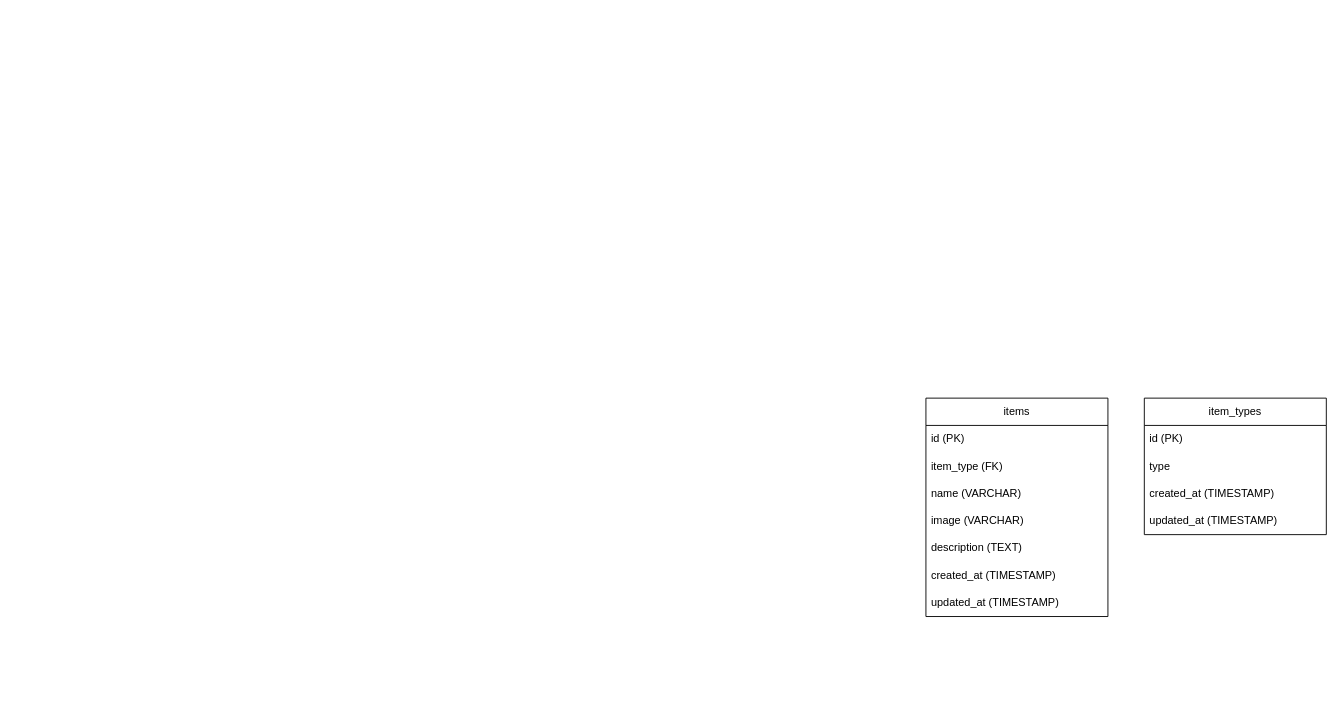
Before: page "Warehouse Store" (6 of 6) of Database Design.drawio in masterofpi11436/rrjweb, a draw.io diagram. Source tidied: cells renumbered, new cells numbered last; positions are measured from the earlier drawing's top-left corner, leaving out a move shared by most shapes. Both pictures are drawn from the tidied source at 91%, with x=0, y=0 at pixel (925, 398).
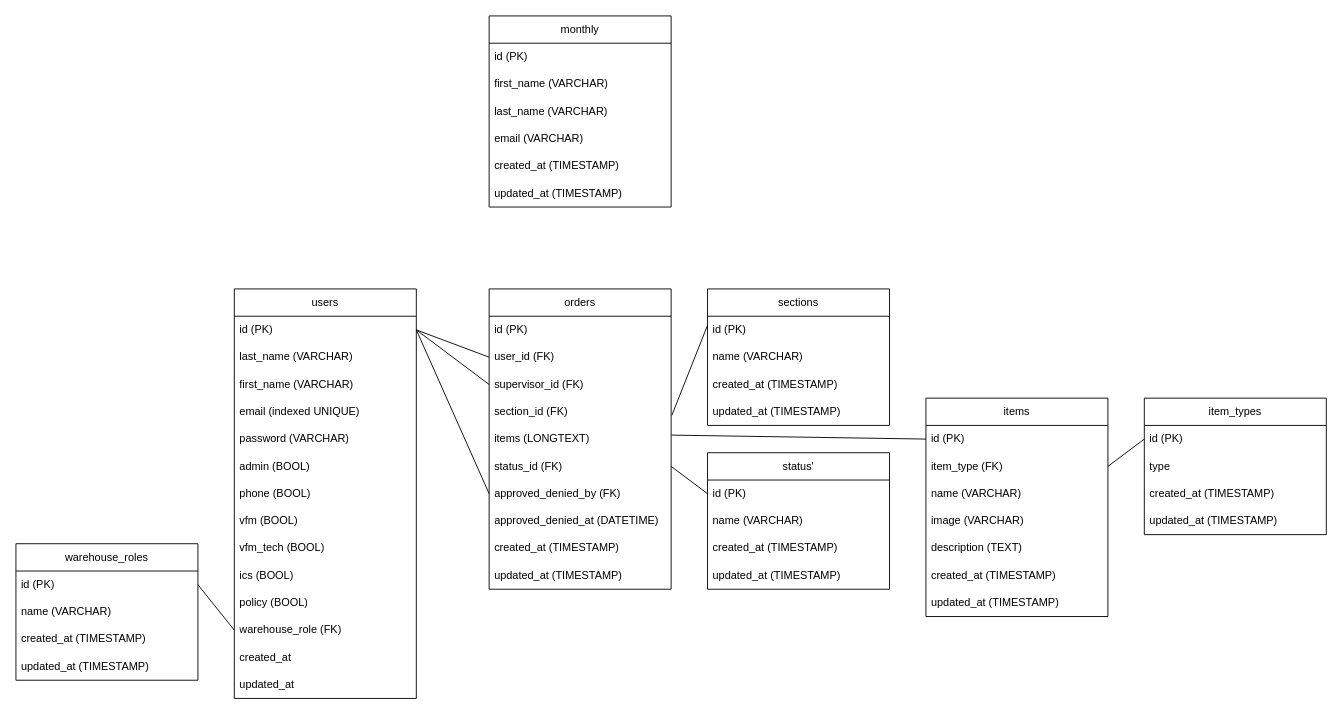
After the change.

Unchanged cells that the change refers to:
```xml
<mxCell id="3" value="id (PK)" style="text;strokeColor=none;fillColor=none;align=left;verticalAlign=middle;spacingLeft=4;spacingRight=4;overflow=hidden;points=[[0,0.5],[1,0.5]];portConstraint=eastwest;whiteSpace=wrap;html=1;" parent="2" vertex="1">
  <mxGeometry y="30" width="200" height="30" as="geometry" />
</mxCell>
<mxCell id="4" value="item_type (FK)" style="text;strokeColor=none;fillColor=none;align=left;verticalAlign=middle;spacingLeft=4;spacingRight=4;overflow=hidden;points=[[0,0.5],[1,0.5]];portConstraint=eastwest;whiteSpace=wrap;fontStyle=0;" parent="2" vertex="1">
  <mxGeometry y="60" width="200" height="30" as="geometry" />
</mxCell>
<mxCell id="11" value="id (PK)" style="text;strokeColor=none;fillColor=none;align=left;verticalAlign=middle;spacingLeft=4;spacingRight=4;overflow=hidden;points=[[0,0.5],[1,0.5]];portConstraint=eastwest;whiteSpace=wrap;html=1;" parent="10" vertex="1">
  <mxGeometry y="30" width="200" height="30" as="geometry" />
</mxCell>
```

Diff of the diagram source:
```diff
@@
+    <mxCell id="15" style="endArrow=none;html=1;rounded=0;exitX=1;exitY=0.5;exitDx=0;exitDy=0;entryX=0;entryY=0.5;entryDx=0;entryDy=0;" parent="1" edge="1" source="4" target="11">
+      <mxGeometry relative="1" as="geometry" />
+    </mxCell>
+    <mxCell id="16" value="monthly" style="swimlane;fontStyle=0;horizontal=1;startSize=30;whiteSpace=wrap;html=1;" parent="1" vertex="1">
+      <mxGeometry x="-480" y="-420" width="200" height="210" as="geometry" />
+    </mxCell>
+    <mxCell id="17" value="id (PK)" style="text;strokeColor=none;fillColor=none;align=left;verticalAlign=middle;spacingLeft=4;spacingRight=4;overflow=hidden;whiteSpace=wrap;html=1;" parent="16" vertex="1">
+      <mxGeometry y="30" width="200" height="30" as="geometry" />
+    </mxCell>
+    <mxCell id="18" value="first_name (VARCHAR)" style="text;strokeColor=none;fillColor=none;align=left;verticalAlign=middle;spacingLeft=4;spacingRight=4;overflow=hidden;whiteSpace=wrap;fontStyle=0;" parent="16" vertex="1">
+      <mxGeometry y="60" width="200" height="30" as="geometry" />
+    </mxCell>
+    <mxCell id="19" value="last_name (VARCHAR)" style="text;strokeColor=none;fillColor=none;align=left;verticalAlign=middle;spacingLeft=4;spacingRight=4;overflow=hidden;whiteSpace=wrap;fontStyle=0;" parent="16" vertex="1">
+      <mxGeometry y="90" width="200" height="30" as="geometry" />
+    </mxCell>
+    <mxCell id="20" value="email (VARCHAR)" style="text;strokeColor=none;fillColor=none;align=left;verticalAlign=middle;spacingLeft=4;spacingRight=4;overflow=hidden;whiteSpace=wrap;fontStyle=0;" parent="16" vertex="1">
+      <mxGeometry y="120" width="200" height="30" as="geometry" />
+    </mxCell>
+    <mxCell id="21" value="created_at (TIMESTAMP)" style="text;strokeColor=none;fillColor=none;align=left;verticalAlign=middle;spacingLeft=4;spacingRight=4;overflow=hidden;whiteSpace=wrap;fontColor=default;" parent="16" vertex="1">
+      <mxGeometry y="150" width="200" height="30" as="geometry" />
+    </mxCell>
+    <mxCell id="22" value="updated_at (TIMESTAMP)" style="text;strokeColor=none;fillColor=none;align=left;verticalAlign=middle;spacingLeft=4;spacingRight=4;overflow=hidden;whiteSpace=wrap;fontColor=default;" parent="16" vertex="1">
+      <mxGeometry y="180" width="200" height="30" as="geometry" />
+    </mxCell>
+    <mxCell id="23" value="warehouse_roles" style="swimlane;fontStyle=0;horizontal=1;startSize=30;whiteSpace=wrap;html=1;" parent="1" vertex="1">
+      <mxGeometry x="-1000" y="160" width="200" height="150" as="geometry" />
+    </mxCell>
+    <mxCell id="24" value="id (PK)" style="text;strokeColor=none;fillColor=none;align=left;verticalAlign=middle;spacingLeft=4;spacingRight=4;overflow=hidden;points=[[0,0.5],[1,0.5]];portConstraint=eastwest;whiteSpace=wrap;html=1;" parent="23" vertex="1">
+      <mxGeometry y="30" width="200" height="30" as="geometry" />
+    </mxCell>
+    <mxCell id="25" value="name (VARCHAR)" style="text;strokeColor=none;fillColor=none;align=left;verticalAlign=middle;spacingLeft=4;spacingRight=4;overflow=hidden;whiteSpace=wrap;fontStyle=0;" parent="23" vertex="1">
+      <mxGeometry y="60" width="200" height="30" as="geometry" />
+    </mxCell>
+    <mxCell id="26" value="created_at (TIMESTAMP)" style="text;strokeColor=none;fillColor=none;align=left;verticalAlign=middle;spacingLeft=4;spacingRight=4;overflow=hidden;whiteSpace=wrap;fontColor=default;" parent="23" vertex="1">
+      <mxGeometry y="90" width="200" height="30" as="geometry" />
+    </mxCell>
+    <mxCell id="27" value="updated_at (TIMESTAMP)" style="text;strokeColor=none;fillColor=none;align=left;verticalAlign=middle;spacingLeft=4;spacingRight=4;overflow=hidden;whiteSpace=wrap;fontColor=default;" parent="23" vertex="1">
+      <mxGeometry y="120" width="200" height="30" as="geometry" />
+    </mxCell>
+    <mxCell id="28" value="users" style="swimlane;fontStyle=0;horizontal=1;startSize=30;whiteSpace=wrap;html=1;" parent="1" vertex="1">
+      <mxGeometry x="-760" y="-120" width="200" height="450" as="geometry" />
+    </mxCell>
+    <mxCell id="29" value="id (PK)" style="text;strokeColor=none;fillColor=none;align=left;verticalAlign=middle;spacingLeft=4;spacingRight=4;overflow=hidden;points=[[0,0.5],[1,0.5]];portConstraint=eastwest;whiteSpace=wrap;html=1;" parent="28" vertex="1">
+      <mxGeometry y="30" width="200" height="30" as="geometry" />
+    </mxCell>
+    <mxCell id="30" value="last_name (VARCHAR)" style="text;strokeColor=none;fillColor=none;align=left;verticalAlign=middle;spacingLeft=4;spacingRight=4;overflow=hidden;whiteSpace=wrap;html=1;" parent="28" vertex="1">
+      <mxGeometry y="60" width="200" height="30" as="geometry" />
+    </mxCell>
+    <mxCell id="31" value="first_name (VARCHAR)" style="text;strokeColor=none;fillColor=none;align=left;verticalAlign=middle;spacingLeft=4;spacingRight=4;overflow=hidden;whiteSpace=wrap;" parent="28" vertex="1">
+      <mxGeometry y="90" width="200" height="30" as="geometry" />
+    </mxCell>
+    <mxCell id="32" value="email (indexed UNIQUE)" style="text;strokeColor=none;fillColor=none;align=left;verticalAlign=middle;spacingLeft=4;spacingRight=4;overflow=hidden;whiteSpace=wrap;html=1;" parent="28" vertex="1">
+      <mxGeometry y="120" width="200" height="30" as="geometry" />
+    </mxCell>
+    <mxCell id="33" value="password (VARCHAR)" style="text;strokeColor=none;fillColor=none;align=left;verticalAlign=middle;spacingLeft=4;spacingRight=4;overflow=hidden;whiteSpace=wrap;html=1;" parent="28" vertex="1">
+      <mxGeometry y="150" width="200" height="30" as="geometry" />
+    </mxCell>
+    <mxCell id="34" value="admin (BOOL)" style="text;strokeColor=none;fillColor=none;align=left;verticalAlign=middle;spacingLeft=4;spacingRight=4;overflow=hidden;whiteSpace=wrap;html=1;" parent="28" vertex="1">
+      <mxGeometry y="180" width="200" height="30" as="geometry" />
+    </mxCell>
+    <mxCell id="35" value="phone (BOOL)" style="text;strokeColor=none;fillColor=none;align=left;verticalAlign=middle;spacingLeft=4;spacingRight=4;overflow=hidden;whiteSpace=wrap;fontColor=default;" parent="28" vertex="1">
+      <mxGeometry y="210" width="200" height="30" as="geometry" />
+    </mxCell>
+    <mxCell id="36" value="vfm (BOOL)" style="text;strokeColor=none;fillColor=none;align=left;verticalAlign=middle;spacingLeft=4;spacingRight=4;overflow=hidden;whiteSpace=wrap;fontColor=default;" parent="28" vertex="1">
+      <mxGeometry y="240" width="200" height="30" as="geometry" />
+    </mxCell>
+    <mxCell id="37" value="vfm_tech (BOOL)" style="text;strokeColor=none;fillColor=none;align=left;verticalAlign=middle;spacingLeft=4;spacingRight=4;overflow=hidden;whiteSpace=wrap;fontColor=default;" parent="28" vertex="1">
+      <mxGeometry y="270" width="200" height="30" as="geometry" />
+    </mxCell>
+    <mxCell id="38" value="ics (BOOL)" style="text;strokeColor=none;fillColor=none;align=left;verticalAlign=middle;spacingLeft=4;spacingRight=4;overflow=hidden;whiteSpace=wrap;fontColor=default;" parent="28" vertex="1">
+      <mxGeometry y="300" width="200" height="30" as="geometry" />
+    </mxCell>
+    <mxCell id="39" value="policy (BOOL)" style="text;strokeColor=none;fillColor=none;align=left;verticalAlign=middle;spacingLeft=4;spacingRight=4;overflow=hidden;whiteSpace=wrap;fontColor=default;" parent="28" vertex="1">
+      <mxGeometry y="330" width="200" height="30" as="geometry" />
+    </mxCell>
+    <mxCell id="40" value="warehouse_role (FK)" style="text;strokeColor=none;fillColor=none;align=left;verticalAlign=middle;spacingLeft=4;spacingRight=4;overflow=hidden;points=[[0,0.5],[1,0.5]];portConstraint=eastwest;whiteSpace=wrap;fontColor=default;" parent="28" vertex="1">
+      <mxGeometry y="360" width="200" height="30" as="geometry" />
+    </mxCell>
+    <mxCell id="41" value="created_at" style="text;strokeColor=none;fillColor=none;align=left;verticalAlign=middle;spacingLeft=4;spacingRight=4;overflow=hidden;whiteSpace=wrap;fontColor=default;" parent="28" vertex="1">
+      <mxGeometry y="390" width="200" height="30" as="geometry" />
+    </mxCell>
+    <mxCell id="42" value="updated_at" style="text;strokeColor=none;fillColor=none;align=left;verticalAlign=middle;spacingLeft=4;spacingRight=4;overflow=hidden;whiteSpace=wrap;fontColor=default;" parent="28" vertex="1">
+      <mxGeometry y="420" width="200" height="30" as="geometry" />
+    </mxCell>
+    <mxCell id="43" style="endArrow=none;html=1;rounded=0;exitX=0;exitY=0.5;exitDx=0;exitDy=0;entryX=1;entryY=0.5;entryDx=0;entryDy=0;" parent="1" edge="1" source="40" target="24">
+      <mxGeometry relative="1" as="geometry" />
+    </mxCell>
+    <mxCell id="44" value="sections" style="swimlane;fontStyle=0;horizontal=1;startSize=30;whiteSpace=wrap;html=1;" parent="1" vertex="1">
+      <mxGeometry x="-240" y="-120" width="200" height="150" as="geometry" />
+    </mxCell>
+    <mxCell id="45" value="id (PK)" style="text;strokeColor=none;fillColor=none;align=left;verticalAlign=middle;spacingLeft=4;spacingRight=4;overflow=hidden;points=[[0,0.5],[1,0.5]];portConstraint=eastwest;whiteSpace=wrap;html=1;" parent="44" vertex="1">
+      <mxGeometry y="30" width="200" height="30" as="geometry" />
+    </mxCell>
+    <mxCell id="46" value="name (VARCHAR)" style="text;strokeColor=none;fillColor=none;align=left;verticalAlign=middle;spacingLeft=4;spacingRight=4;overflow=hidden;whiteSpace=wrap;fontStyle=0;" parent="44" vertex="1">
+      <mxGeometry y="60" width="200" height="30" as="geometry" />
+    </mxCell>
+    <mxCell id="47" value="created_at (TIMESTAMP)" style="text;strokeColor=none;fillColor=none;align=left;verticalAlign=middle;spacingLeft=4;spacingRight=4;overflow=hidden;whiteSpace=wrap;fontColor=default;" parent="44" vertex="1">
+      <mxGeometry y="90" width="200" height="30" as="geometry" />
+    </mxCell>
+    <mxCell id="48" value="updated_at (TIMESTAMP)" style="text;strokeColor=none;fillColor=none;align=left;verticalAlign=middle;spacingLeft=4;spacingRight=4;overflow=hidden;whiteSpace=wrap;fontColor=default;" parent="44" vertex="1">
+      <mxGeometry y="120" width="200" height="30" as="geometry" />
+    </mxCell>
+    <mxCell id="49" value="orders" style="swimlane;fontStyle=0;horizontal=1;startSize=30;whiteSpace=wrap;html=1;" parent="1" vertex="1">
+      <mxGeometry x="-480" y="-120" width="200" height="330" as="geometry" />
+    </mxCell>
+    <mxCell id="50" value="id (PK)" style="text;strokeColor=none;fillColor=none;align=left;verticalAlign=middle;spacingLeft=4;spacingRight=4;overflow=hidden;whiteSpace=wrap;html=1;" parent="49" vertex="1">
+      <mxGeometry y="30" width="200" height="30" as="geometry" />
+    </mxCell>
+    <mxCell id="51" value="user_id (FK)" style="text;strokeColor=none;fillColor=none;align=left;verticalAlign=middle;spacingLeft=4;spacingRight=4;overflow=hidden;points=[[0,0.5],[1,0.5]];portConstraint=eastwest;whiteSpace=wrap;fontStyle=0;" parent="49" vertex="1">
+      <mxGeometry y="60" width="200" height="30" as="geometry" />
+    </mxCell>
+    <mxCell id="52" value="supervisor_id (FK)" style="text;strokeColor=none;fillColor=none;align=left;verticalAlign=middle;spacingLeft=4;spacingRight=4;overflow=hidden;points=[[0,0.5],[1,0.5]];portConstraint=eastwest;whiteSpace=wrap;fontStyle=0;" parent="49" vertex="1">
+      <mxGeometry y="90" width="200" height="30" as="geometry" />
+    </mxCell>
+    <mxCell id="53" value="section_id (FK)" style="text;strokeColor=none;fillColor=none;align=left;verticalAlign=middle;spacingLeft=4;spacingRight=4;overflow=hidden;points=[[0,0.5],[1,0.5]];portConstraint=eastwest;whiteSpace=wrap;fontStyle=0;" parent="49" vertex="1">
+      <mxGeometry y="120" width="200" height="30" as="geometry" />
+    </mxCell>
+    <mxCell id="54" value="items (LONGTEXT)" style="text;strokeColor=none;fillColor=none;align=left;verticalAlign=middle;spacingLeft=4;spacingRight=4;overflow=hidden;points=[[0,0.5],[1,0.5]];portConstraint=eastwest;whiteSpace=wrap;fontStyle=0;" parent="49" vertex="1">
+      <mxGeometry y="150" width="200" height="30" as="geometry" />
+    </mxCell>
+    <mxCell id="55" value="status_id (FK)" style="text;strokeColor=none;fillColor=none;align=left;verticalAlign=middle;spacingLeft=4;spacingRight=4;overflow=hidden;points=[[0,0.5],[1,0.5]];portConstraint=eastwest;whiteSpace=wrap;fontStyle=0;" parent="49" vertex="1">
+      <mxGeometry y="180" width="200" height="30" as="geometry" />
+    </mxCell>
+    <mxCell id="56" value="approved_denied_by (FK)" style="text;strokeColor=none;fillColor=none;align=left;verticalAlign=middle;spacingLeft=4;spacingRight=4;overflow=hidden;points=[[0,0.5],[1,0.5]];portConstraint=eastwest;whiteSpace=wrap;fontStyle=0;" parent="49" vertex="1">
+      <mxGeometry y="210" width="200" height="30" as="geometry" />
+    </mxCell>
+    <mxCell id="57" value="approved_denied_at (DATETIME)" style="text;strokeColor=none;fillColor=none;align=left;verticalAlign=middle;spacingLeft=4;spacingRight=4;overflow=hidden;whiteSpace=wrap;fontStyle=0;" parent="49" vertex="1">
+      <mxGeometry y="240" width="200" height="30" as="geometry" />
+    </mxCell>
+    <mxCell id="58" value="created_at (TIMESTAMP)" style="text;strokeColor=none;fillColor=none;align=left;verticalAlign=middle;spacingLeft=4;spacingRight=4;overflow=hidden;whiteSpace=wrap;fontColor=default;" parent="49" vertex="1">
+      <mxGeometry y="270" width="200" height="30" as="geometry" />
+    </mxCell>
+    <mxCell id="59" value="updated_at (TIMESTAMP)" style="text;strokeColor=none;fillColor=none;align=left;verticalAlign=middle;spacingLeft=4;spacingRight=4;overflow=hidden;whiteSpace=wrap;fontColor=default;" parent="49" vertex="1">
+      <mxGeometry y="300" width="200" height="30" as="geometry" />
+    </mxCell>
+    <mxCell id="60" value="status'" style="swimlane;fontStyle=0;horizontal=1;startSize=30;whiteSpace=wrap;html=1;" parent="1" vertex="1">
+      <mxGeometry x="-240" y="60" width="200" height="150" as="geometry" />
+    </mxCell>
+    <mxCell id="61" value="id (PK)" style="text;strokeColor=none;fillColor=none;align=left;verticalAlign=middle;spacingLeft=4;spacingRight=4;overflow=hidden;points=[[0,0.5],[1,0.5]];portConstraint=eastwest;whiteSpace=wrap;html=1;" parent="60" vertex="1">
+      <mxGeometry y="30" width="200" height="30" as="geometry" />
+    </mxCell>
+    <mxCell id="62" value="name (VARCHAR)" style="text;strokeColor=none;fillColor=none;align=left;verticalAlign=middle;spacingLeft=4;spacingRight=4;overflow=hidden;whiteSpace=wrap;fontStyle=0;" parent="60" vertex="1">
+      <mxGeometry y="60" width="200" height="30" as="geometry" />
+    </mxCell>
+    <mxCell id="63" value="created_at (TIMESTAMP)" style="text;strokeColor=none;fillColor=none;align=left;verticalAlign=middle;spacingLeft=4;spacingRight=4;overflow=hidden;whiteSpace=wrap;fontColor=default;" parent="60" vertex="1">
+      <mxGeometry y="90" width="200" height="30" as="geometry" />
+    </mxCell>
+    <mxCell id="64" value="updated_at (TIMESTAMP)" style="text;strokeColor=none;fillColor=none;align=left;verticalAlign=middle;spacingLeft=4;spacingRight=4;overflow=hidden;whiteSpace=wrap;fontColor=default;" parent="60" vertex="1">
+      <mxGeometry y="120" width="200" height="30" as="geometry" />
+    </mxCell>
+    <mxCell id="65" style="endArrow=none;html=1;rounded=0;exitX=1;exitY=0.5;exitDx=0;exitDy=0;entryX=0;entryY=0.5;entryDx=0;entryDy=0;" parent="1" edge="1" source="29" target="51">
+      <mxGeometry relative="1" as="geometry" />
+    </mxCell>
+    <mxCell id="66" style="endArrow=none;html=1;rounded=0;exitX=1;exitY=0.5;exitDx=0;exitDy=0;entryX=0;entryY=0.5;entryDx=0;entryDy=0;" parent="1" edge="1" source="29" target="52">
+      <mxGeometry relative="1" as="geometry" />
+    </mxCell>
+    <mxCell id="67" style="endArrow=none;html=1;rounded=0;entryX=0;entryY=0.5;entryDx=0;entryDy=0;exitX=1;exitY=0.5;exitDx=0;exitDy=0;" parent="1" edge="1" source="29" target="56">
+      <mxGeometry relative="1" as="geometry" />
+    </mxCell>
+    <mxCell id="68" style="endArrow=none;html=1;rounded=0;entryX=0;entryY=0.5;entryDx=0;entryDy=0;exitX=1;exitY=0.5;exitDx=0;exitDy=0;" parent="1" edge="1" source="55" target="61">
+      <mxGeometry relative="1" as="geometry" />
+    </mxCell>
+    <mxCell id="69" style="endArrow=none;html=1;rounded=0;entryX=0;entryY=0.333;entryDx=0;entryDy=0;exitX=1.004;exitY=0.63;exitDx=0;exitDy=0;exitPerimeter=0;entryPerimeter=0;" parent="1" edge="1" source="53" target="45">
+      <mxGeometry relative="1" as="geometry" />
+    </mxCell>
+    <mxCell id="70" style="endArrow=none;html=1;rounded=0;entryX=0;entryY=0.5;entryDx=0;entryDy=0;exitX=1.003;exitY=0.355;exitDx=0;exitDy=0;exitPerimeter=0;" parent="1" edge="1" source="54" target="3">
+      <mxGeometry relative="1" as="geometry" />
+    </mxCell>
```
